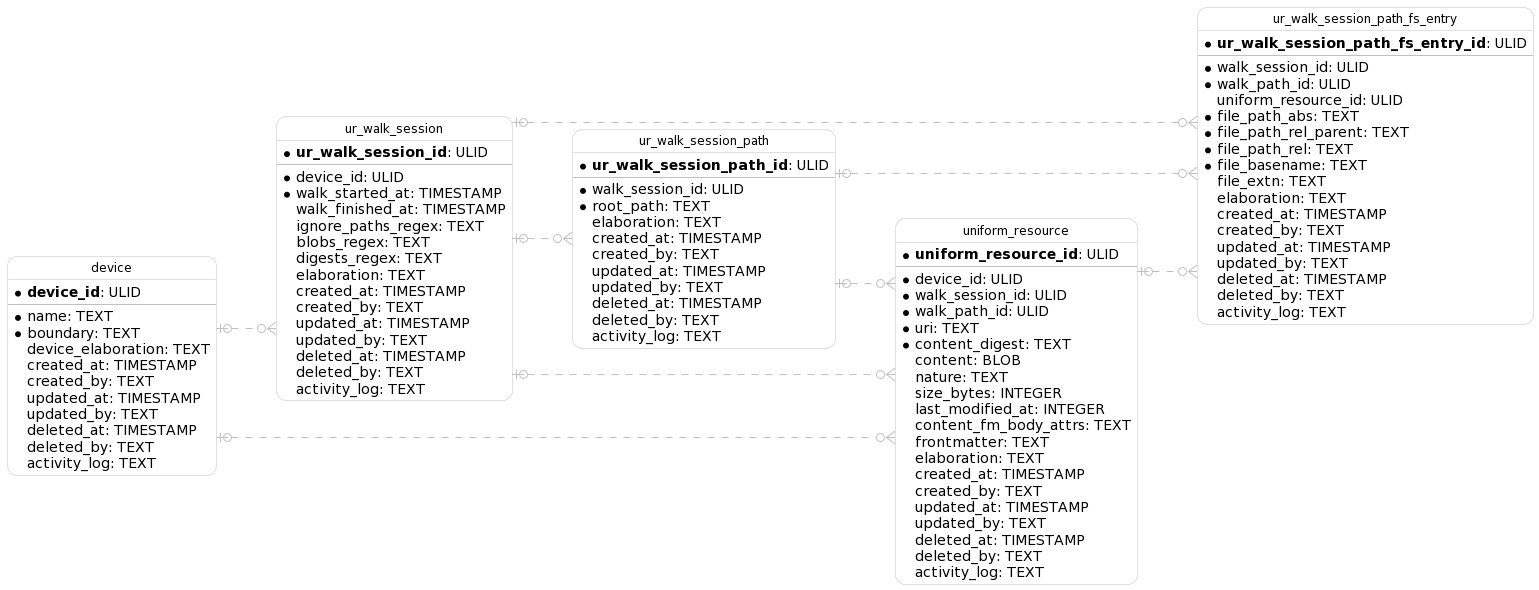
Earlier version of the PlantUML export device-ur-er-diagram.png (opsfolio/resource-surveillance). Source of this version:
```plantuml
@startuml
left to right direction

  hide circle
  skinparam linetype ortho
  skinparam roundcorner 20
  skinparam class {
    BackgroundColor White
    ArrowColor Silver
    BorderColor Silver
    FontColor Black
    FontSize 12
  }

  entity "device" as device {
    * **device_id**: ULID
    --
    * name: TEXT
    * boundary: TEXT
      device_elaboration: TEXT
      created_at: TIMESTAMP
      created_by: TEXT
      updated_at: TIMESTAMP
      updated_by: TEXT
      deleted_at: TIMESTAMP
      deleted_by: TEXT
      activity_log: TEXT
  }

  entity "ur_walk_session" as ur_walk_session {
    * **ur_walk_session_id**: ULID
    --
    * device_id: ULID
    * walk_started_at: TIMESTAMP
      walk_finished_at: TIMESTAMP
      ignore_paths_regex: TEXT
      blobs_regex: TEXT
      digests_regex: TEXT
      elaboration: TEXT
      created_at: TIMESTAMP
      created_by: TEXT
      updated_at: TIMESTAMP
      updated_by: TEXT
      deleted_at: TIMESTAMP
      deleted_by: TEXT
      activity_log: TEXT
  }

  entity "ur_walk_session_path" as ur_walk_session_path {
    * **ur_walk_session_path_id**: ULID
    --
    * walk_session_id: ULID
    * root_path: TEXT
      elaboration: TEXT
      created_at: TIMESTAMP
      created_by: TEXT
      updated_at: TIMESTAMP
      updated_by: TEXT
      deleted_at: TIMESTAMP
      deleted_by: TEXT
      activity_log: TEXT
  }

  entity "uniform_resource" as uniform_resource {
    * **uniform_resource_id**: ULID
    --
    * device_id: ULID
    * walk_session_id: ULID
    * walk_path_id: ULID
    * uri: TEXT
    * content_digest: TEXT
      content: BLOB
      nature: TEXT
      size_bytes: INTEGER
      last_modified_at: INTEGER
      content_fm_body_attrs: TEXT
      frontmatter: TEXT
      elaboration: TEXT
      created_at: TIMESTAMP
      created_by: TEXT
      updated_at: TIMESTAMP
      updated_by: TEXT
      deleted_at: TIMESTAMP
      deleted_by: TEXT
      activity_log: TEXT
  }

  entity "ur_walk_session_path_fs_entry" as ur_walk_session_path_fs_entry {
    * **ur_walk_session_path_fs_entry_id**: ULID
    --
    * walk_session_id: ULID
    * walk_path_id: ULID
      uniform_resource_id: ULID
    * file_path_abs: TEXT
    * file_path_rel_parent: TEXT
    * file_path_rel: TEXT
    * file_basename: TEXT
      file_extn: TEXT
      elaboration: TEXT
      created_at: TIMESTAMP
      created_by: TEXT
      updated_at: TIMESTAMP
      updated_by: TEXT
      deleted_at: TIMESTAMP
      deleted_by: TEXT
      activity_log: TEXT
  }

  device |o..o{ ur_walk_session
  ur_walk_session |o..o{ ur_walk_session_path
  device |o..o{ uniform_resource
  ur_walk_session |o..o{ uniform_resource
  ur_walk_session_path |o..o{ uniform_resource
  ur_walk_session |o..o{ ur_walk_session_path_fs_entry
  ur_walk_session_path |o..o{ ur_walk_session_path_fs_entry
  uniform_resource |o..o{ ur_walk_session_path_fs_entry
@enduml
```
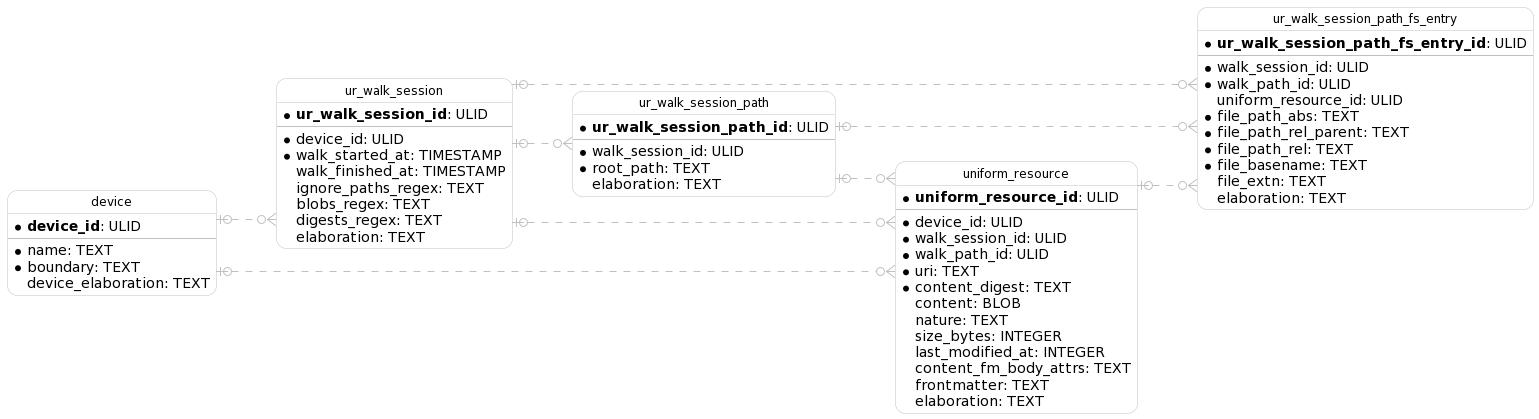
After the commit.

Change to the diagram source:
```diff
@@ -1,6 +1,5 @@
 @startuml
 left to right direction
-
   hide circle
   skinparam linetype ortho
   skinparam roundcorner 20
@@ -18,13 +17,6 @@
     * name: TEXT
     * boundary: TEXT
       device_elaboration: TEXT
-      created_at: TIMESTAMP
-      created_by: TEXT
-      updated_at: TIMESTAMP
-      updated_by: TEXT
-      deleted_at: TIMESTAMP
-      deleted_by: TEXT
-      activity_log: TEXT
   }
 
   entity "ur_walk_session" as ur_walk_session {
@@ -37,13 +29,6 @@
       blobs_regex: TEXT
       digests_regex: TEXT
       elaboration: TEXT
-      created_at: TIMESTAMP
-      created_by: TEXT
-      updated_at: TIMESTAMP
-      updated_by: TEXT
-      deleted_at: TIMESTAMP
-      deleted_by: TEXT
-      activity_log: TEXT
   }
 
   entity "ur_walk_session_path" as ur_walk_session_path {
@@ -52,13 +37,6 @@
     * walk_session_id: ULID
     * root_path: TEXT
       elaboration: TEXT
-      created_at: TIMESTAMP
-      created_by: TEXT
-      updated_at: TIMESTAMP
-      updated_by: TEXT
-      deleted_at: TIMESTAMP
-      deleted_by: TEXT
-      activity_log: TEXT
   }
 
   entity "uniform_resource" as uniform_resource {
@@ -76,13 +54,6 @@
       content_fm_body_attrs: TEXT
       frontmatter: TEXT
       elaboration: TEXT
-      created_at: TIMESTAMP
-      created_by: TEXT
-      updated_at: TIMESTAMP
-      updated_by: TEXT
-      deleted_at: TIMESTAMP
-      deleted_by: TEXT
-      activity_log: TEXT
   }
 
   entity "ur_walk_session_path_fs_entry" as ur_walk_session_path_fs_entry {
@@ -97,13 +68,6 @@
     * file_basename: TEXT
       file_extn: TEXT
       elaboration: TEXT
-      created_at: TIMESTAMP
-      created_by: TEXT
-      updated_at: TIMESTAMP
-      updated_by: TEXT
-      deleted_at: TIMESTAMP
-      deleted_by: TEXT
-      activity_log: TEXT
   }
 
   device |o..o{ ur_walk_session
```
